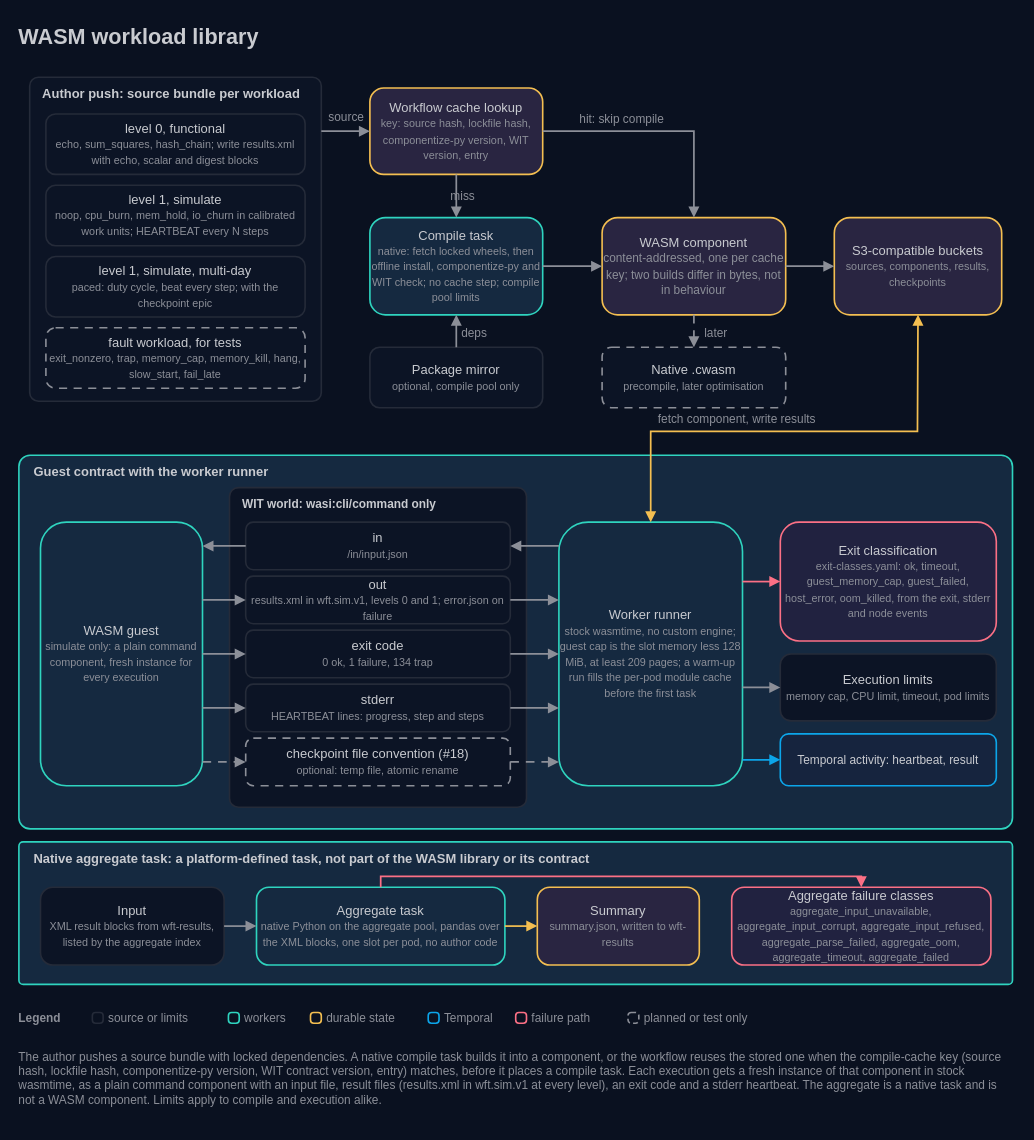
This is docs/architecture/14-wasm-workload-library.drawio from AndoNorth/disyard, a draw.io file, before an edit. Source tidied: cells renumbered, new cells numbered last; positions are measured from the earlier drawing's top-left corner, leaving out a move shared by most shapes. Both pictures are drawn from the tidied source at 108%, with x=0, y=0 at pixel (18, 18).
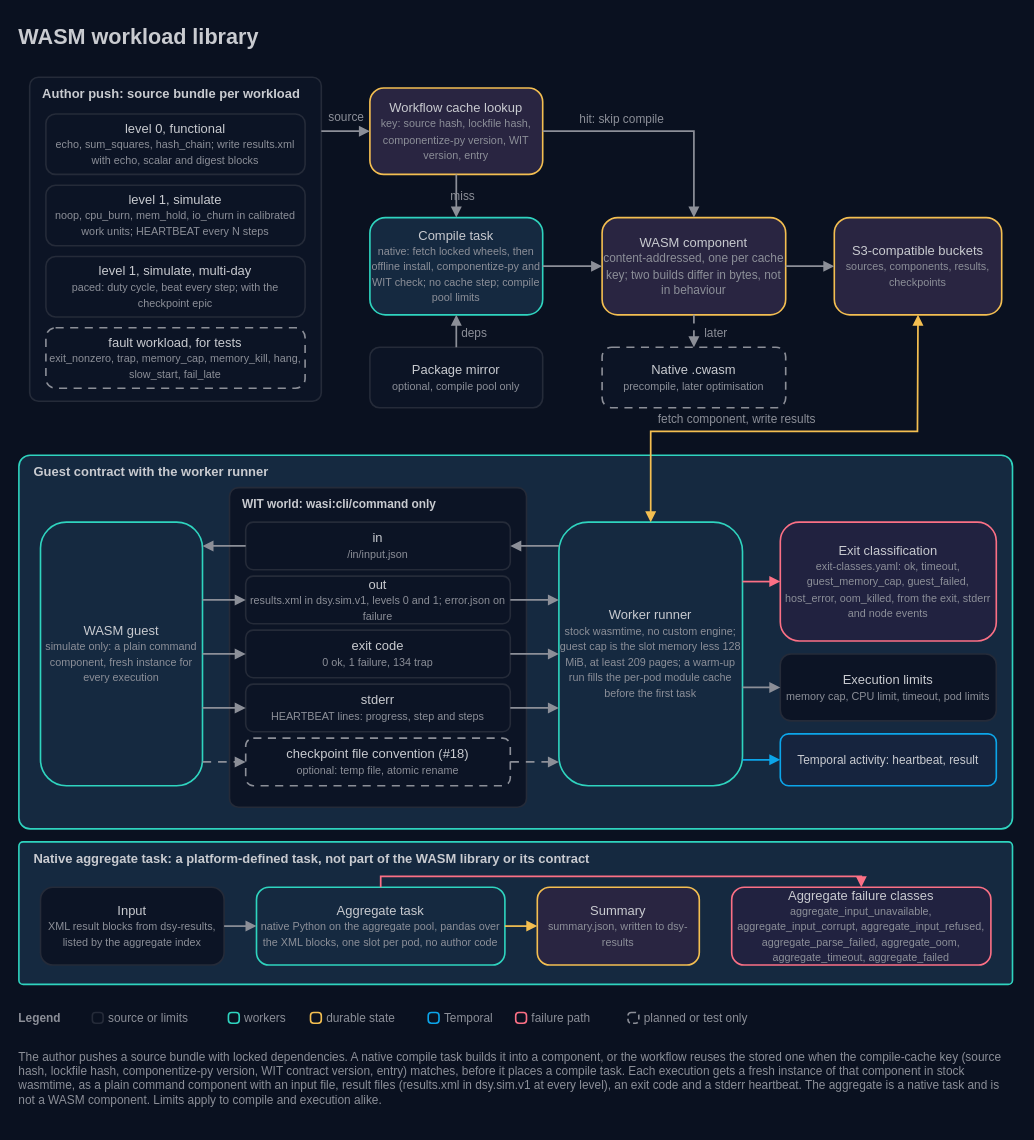
The same diagram, later.

Change to the diagram source:
```diff
@@
-    <mxCell id="30" value="Input&lt;br&gt;&lt;font color=&quot;#8c8f98&quot; style=&quot;font-size:10px&quot;&gt;XML result blocks from wft-results, listed by the aggregate index&lt;/font&gt;" style="rounded=1;arcSize=16;html=1;whiteSpace=wrap;fillColor=#0c1425;strokeColor=#252b39;strokeWidth=1.5;fontColor=#c9cbd0;fontSize=12;fontFamily=IBM Plex Sans;align=center;verticalAlign=middle;" parent="1" vertex="1">
+    <mxCell id="30" value="Input&lt;br&gt;&lt;font color=&quot;#8c8f98&quot; style=&quot;font-size:10px&quot;&gt;XML result blocks from dsy-results, listed by the aggregate index&lt;/font&gt;" style="rounded=1;arcSize=16;html=1;whiteSpace=wrap;fillColor=#0c1425;strokeColor=#252b39;strokeWidth=1.5;fontColor=#c9cbd0;fontSize=12;fontFamily=IBM Plex Sans;align=center;verticalAlign=middle;" parent="1" vertex="1">
       <mxGeometry x="20" y="804" width="170" height="72" as="geometry" />
     </mxCell>
@@
-    <mxCell id="32" value="Summary&lt;br&gt;&lt;font color=&quot;#8c8f98&quot; style=&quot;font-size:10px&quot;&gt;summary.json, written to wft-results&lt;/font&gt;" style="rounded=1;arcSize=16;html=1;whiteSpace=wrap;fillColor=#292541;strokeColor=#f4bf51;strokeWidth=1.5;fontColor=#c9cbd0;fontSize=12;fontFamily=IBM Plex Sans;align=center;verticalAlign=middle;" parent="1" vertex="1">
+    <mxCell id="32" value="Summary&lt;br&gt;&lt;font color=&quot;#8c8f98&quot; style=&quot;font-size:10px&quot;&gt;summary.json, written to dsy-results&lt;/font&gt;" style="rounded=1;arcSize=16;html=1;whiteSpace=wrap;fillColor=#292541;strokeColor=#f4bf51;strokeWidth=1.5;fontColor=#c9cbd0;fontSize=12;fontFamily=IBM Plex Sans;align=center;verticalAlign=middle;" parent="1" vertex="1">
       <mxGeometry x="480" y="804" width="150" height="72" as="geometry" />
     </mxCell>
@@
-    <mxCell id="39" value="out&lt;br&gt;&lt;font color=&quot;#8c8f98&quot; style=&quot;font-size:10px&quot;&gt;results.xml in wft.sim.v1, levels 0 and 1; error.json on failure&lt;/font&gt;" style="rounded=1;arcSize=16;html=1;whiteSpace=wrap;fillColor=#0c1425;strokeColor=#252b39;strokeWidth=1.5;fontColor=#c9cbd0;fontSize=12;fontFamily=IBM Plex Sans;align=center;verticalAlign=middle;" parent="1" vertex="1">
+    <mxCell id="39" value="out&lt;br&gt;&lt;font color=&quot;#8c8f98&quot; style=&quot;font-size:10px&quot;&gt;results.xml in dsy.sim.v1, levels 0 and 1; error.json on failure&lt;/font&gt;" style="rounded=1;arcSize=16;html=1;whiteSpace=wrap;fillColor=#0c1425;strokeColor=#252b39;strokeWidth=1.5;fontColor=#c9cbd0;fontSize=12;fontFamily=IBM Plex Sans;align=center;verticalAlign=middle;" parent="1" vertex="1">
       <mxGeometry x="210" y="516" width="245" height="44" as="geometry" />
     </mxCell>
@@
-    <mxCell id="78" value="The author pushes a source bundle with locked dependencies. A native compile task builds it into a component, or the workflow reuses the stored one when the compile-cache key (source hash, lockfile hash, componentize-py version, WIT contract version, entry) matches, before it places a compile task. Each execution gets a fresh instance of that component in stock wasmtime, as a plain command component with an input file, result files (results.xml in wft.sim.v1 at every level), an exit code and a stderr heartbeat. The aggregate is a native task and is not a WASM component. Limits apply to compile and execution alike." style="text;html=1;strokeColor=none;fillColor=none;align=left;verticalAlign=top;whiteSpace=wrap;fontColor=#8c8f98;fontSize=11;fontFamily=IBM Plex Sans;spacing=0;" parent="1" vertex="1">
+    <mxCell id="78" value="The author pushes a source bundle with locked dependencies. A native compile task builds it into a component, or the workflow reuses the stored one when the compile-cache key (source hash, lockfile hash, componentize-py version, WIT contract version, entry) matches, before it places a compile task. Each execution gets a fresh instance of that component in stock wasmtime, as a plain command component with an input file, result files (results.xml in dsy.sim.v1 at every level), an exit code and a stderr heartbeat. The aggregate is a native task and is not a WASM component. Limits apply to compile and execution alike." style="text;html=1;strokeColor=none;fillColor=none;align=left;verticalAlign=top;whiteSpace=wrap;fontColor=#8c8f98;fontSize=11;fontFamily=IBM Plex Sans;spacing=0;" parent="1" vertex="1">
       <mxGeometry y="950" width="920" height="72" as="geometry" />
     </mxCell>
```
